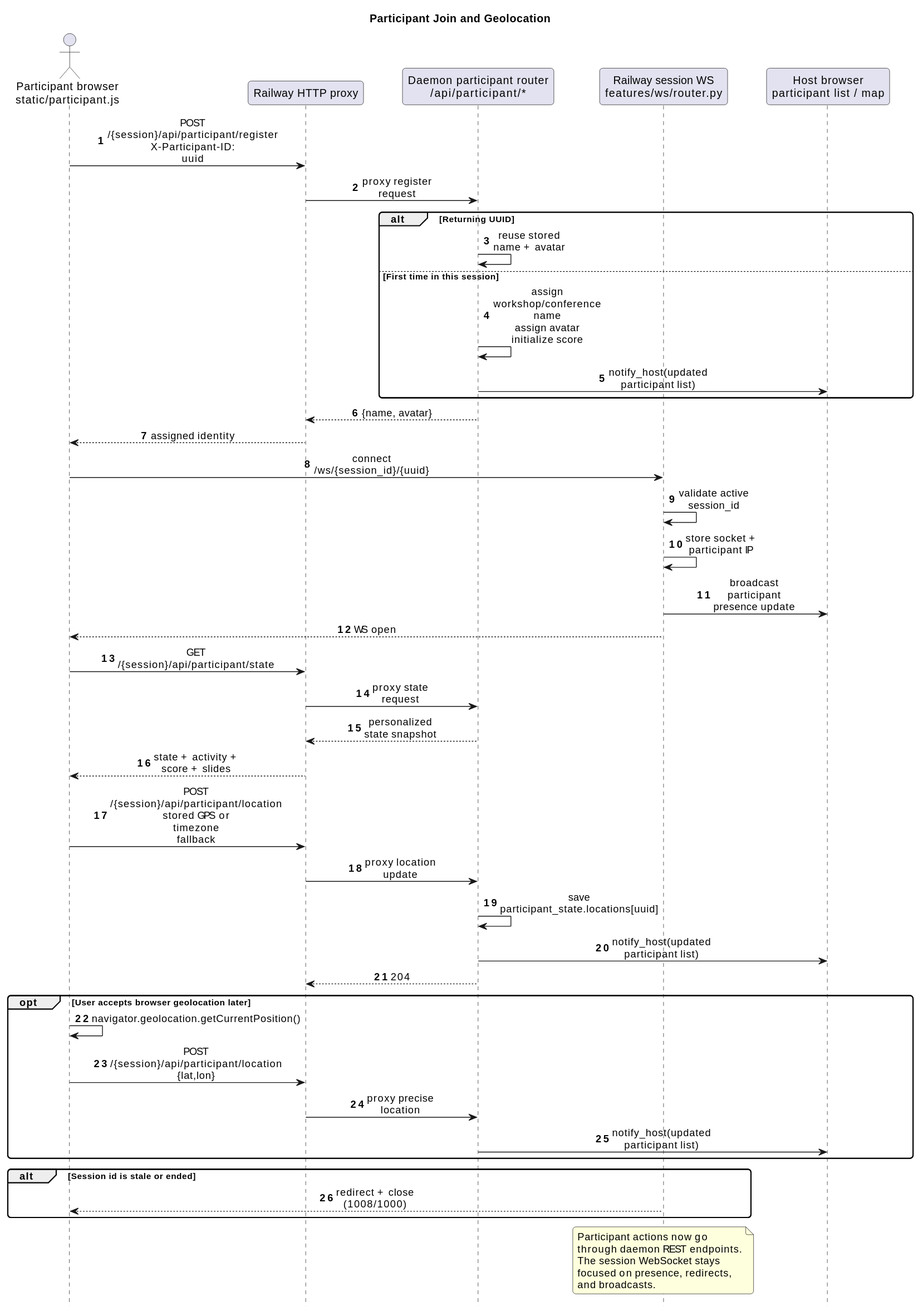
Earlier version of the PlantUML export docs/sequences/manual/svg/02-participant-join-and-geolocation.svg (victorrentea/training-assistant).
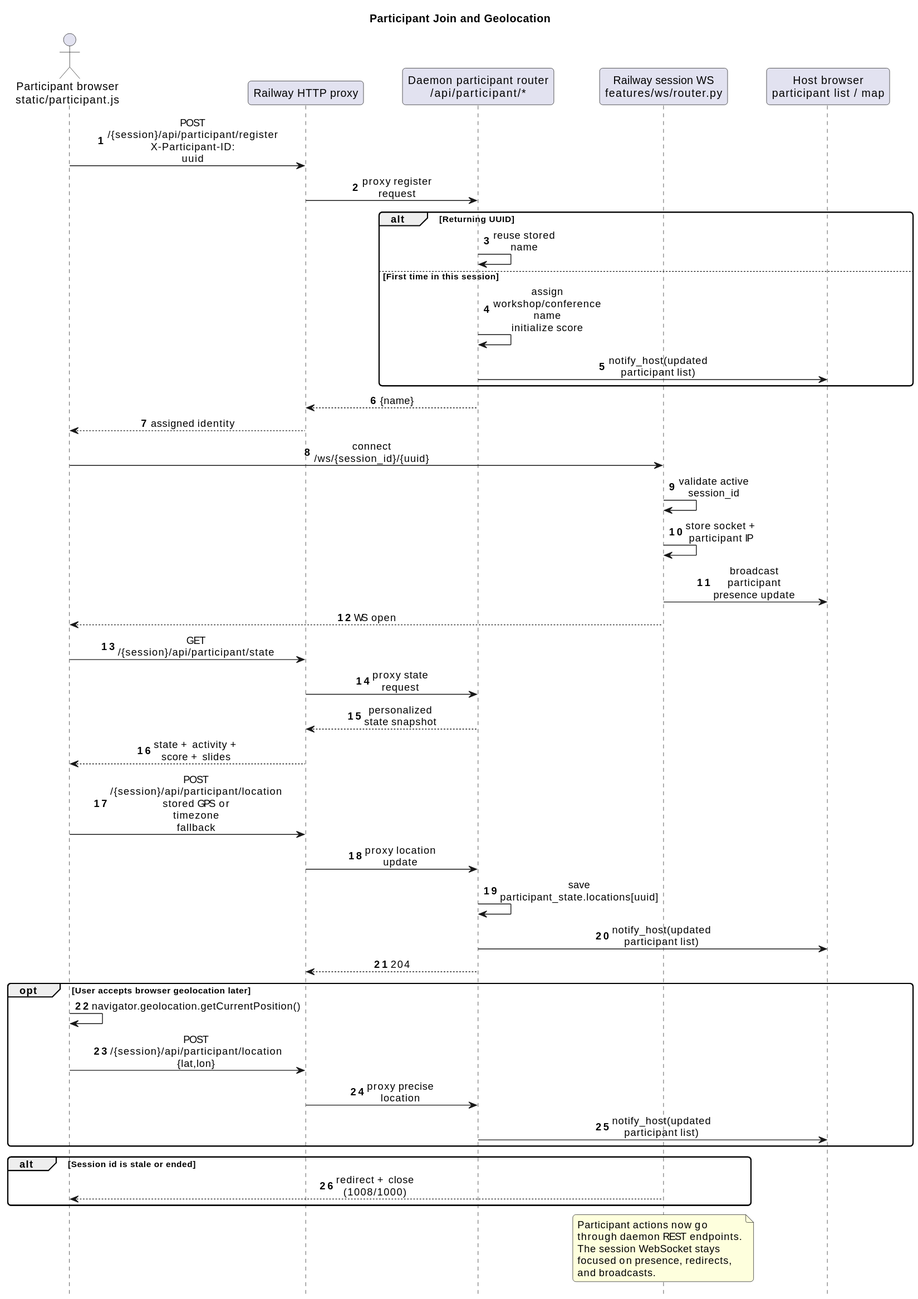
Later version of the same file.

What changed in the source:
```diff
@@ -21,13 +21,13 @@
 RailwayHTTP -> ParticipantAPI: proxy register request
 
 alt Returning UUID
-  ParticipantAPI -> ParticipantAPI: reuse stored name + avatar
+  ParticipantAPI -> ParticipantAPI: reuse stored name
 else First time in this session
-  ParticipantAPI -> ParticipantAPI: assign workshop/conference name\nassign avatar\ninitialize score
+  ParticipantAPI -> ParticipantAPI: assign workshop/conference name\ninitialize score
   ParticipantAPI -> Host: notify_host(updated participant list)
 end
 
-ParticipantAPI --> RailwayHTTP: {name, avatar}
+ParticipantAPI --> RailwayHTTP: {name}
 RailwayHTTP --> Participant: assigned identity
 
 Participant -> RailwayWS: connect /ws/{session_id}/{uuid}
```
